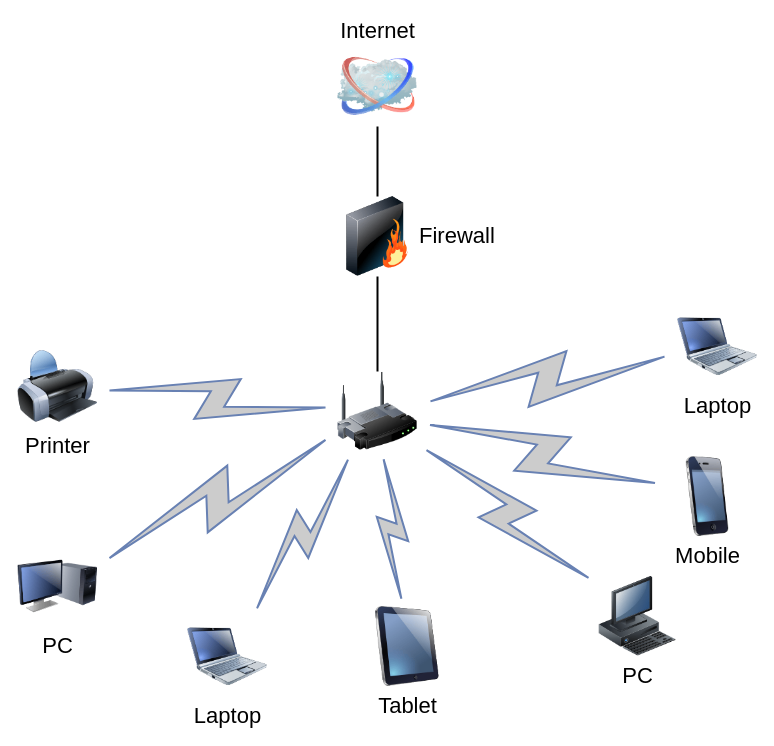
Before: Untitled Diagram.drawio in josesnchz/home-server, a draw.io diagram. Source tidied: cells renumbered, new cells numbered last; positions are measured from the earlier drawing's top-left corner, leaving out a move shared by most shapes. Both pictures are drawn from the tidied source at 100%, with x=0, y=0 at pixel (17, 46).
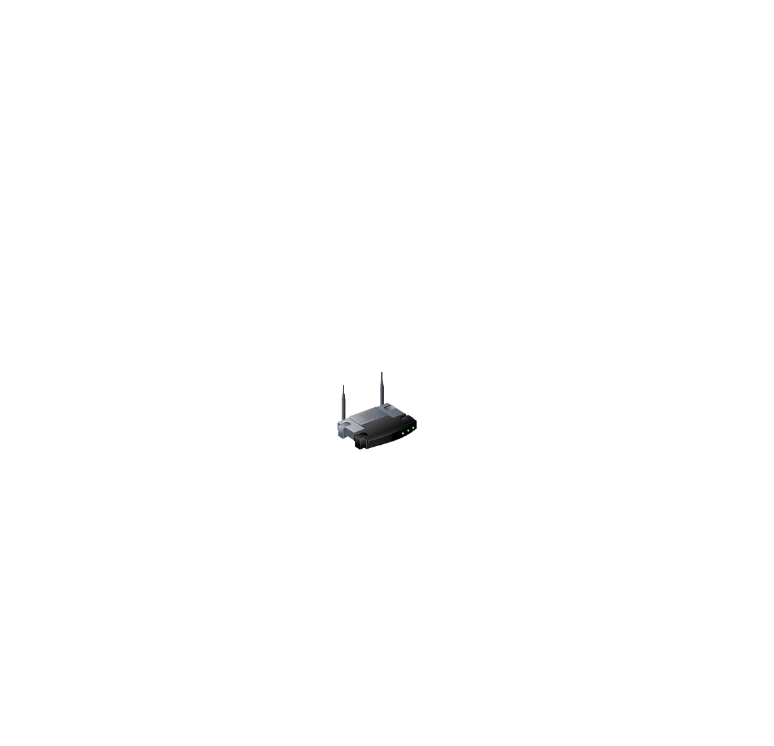
The same page after the edit.

Unchanged cells that the change refers to:
```xml
<mxCell id="3" style="image;html=1;labelBackgroundColor=#ffffff;image=img/lib/clip_art/networking/Wireless_Router_128x128.png;rounded=1;shadow=0;comic=0;strokeWidth=2;fontSize=22;" parent="1" vertex="1">
  <mxGeometry x="320" y="325" width="80" height="80" as="geometry" />
</mxCell>
```

What changed in the source:
```diff
@@
-    <mxCell id="2" style="edgeStyle=none;rounded=0;html=1;labelBackgroundColor=none;endArrow=none;strokeWidth=2;fontFamily=Verdana;fontSize=22;" parent="1" edge="1" source="3" target="6">
-      <mxGeometry relative="1" as="geometry" />
-    </mxCell>
@@
-    <mxCell id="4" value="Internet" style="image;html=1;labelBackgroundColor=#ffffff;image=img/lib/clip_art/networking/Cloud_128x128.png;rounded=1;shadow=0;comic=0;strokeWidth=2;fontSize=22;labelPosition=center;verticalLabelPosition=top;align=center;verticalAlign=bottom;" parent="1" vertex="1">
-      <mxGeometry x="320" width="80" height="80" as="geometry" />
-    </mxCell>
-    <mxCell id="5" style="edgeStyle=none;rounded=0;html=1;labelBackgroundColor=none;endArrow=none;strokeWidth=2;fontFamily=Verdana;fontSize=22;" parent="1" edge="1" source="6" target="4">
-      <mxGeometry relative="1" as="geometry" />
-    </mxCell>
-    <mxCell id="6" value="Firewall" style="image;html=1;labelBackgroundColor=#ffffff;image=img/lib/clip_art/networking/Firewall_128x128.png;rounded=1;shadow=0;comic=0;strokeWidth=2;fontSize=22;labelPosition=right;verticalLabelPosition=middle;align=left;verticalAlign=middle;" parent="1" vertex="1">
-      <mxGeometry x="320" y="150" width="80" height="80" as="geometry" />
-    </mxCell>
-    <mxCell id="7" value="Tablet" style="image;html=1;labelBackgroundColor=#ffffff;image=img/lib/clip_art/computers/iPad_128x128.png;rounded=1;shadow=0;comic=0;strokeWidth=2;fontSize=22;" parent="1" vertex="1">
-      <mxGeometry x="350" y="560" width="80" height="80" as="geometry" />
-    </mxCell>
-    <mxCell id="8" value="PC" style="image;html=1;labelBackgroundColor=#ffffff;image=img/lib/clip_art/computers/Monitor_Tower_128x128.png;rounded=1;shadow=0;comic=0;strokeWidth=2;fontSize=22;" parent="1" vertex="1">
-      <mxGeometry y="500" width="80" height="80" as="geometry" />
-    </mxCell>
-    <mxCell id="9" value="Printer" style="image;html=1;labelBackgroundColor=#ffffff;image=img/lib/clip_art/computers/Printer_128x128.png;rounded=1;shadow=0;comic=0;strokeWidth=2;fontSize=22;" parent="1" vertex="1">
-      <mxGeometry y="300" width="80" height="80" as="geometry" />
-    </mxCell>
-    <mxCell id="10" value="PC" style="image;html=1;labelBackgroundColor=#ffffff;image=img/lib/clip_art/computers/Workstation_128x128.png;rounded=1;shadow=0;comic=0;strokeWidth=2;fontSize=22;" parent="1" vertex="1">
-      <mxGeometry x="580" y="530" width="80" height="80" as="geometry" />
-    </mxCell>
-    <mxCell id="11" value="Mobile" style="image;html=1;labelBackgroundColor=#ffffff;image=img/lib/clip_art/telecommunication/iPhone_128x128.png;rounded=1;shadow=0;comic=0;strokeWidth=2;fontSize=22;" parent="1" vertex="1">
-      <mxGeometry x="650" y="410" width="80" height="80" as="geometry" />
-    </mxCell>
-    <mxCell id="12" value="Laptop" style="image;html=1;labelBackgroundColor=#ffffff;image=img/lib/clip_art/computers/Netbook_128x128.png;rounded=1;shadow=0;comic=0;strokeColor=#000000;strokeWidth=2;fillColor=#FFFFFF;fontSize=22;fontColor=#000000;" parent="1" vertex="1">
-      <mxGeometry x="660" y="260" width="80" height="80" as="geometry" />
-    </mxCell>
-    <mxCell id="13" value="Laptop" style="image;html=1;labelBackgroundColor=#ffffff;image=img/lib/clip_art/computers/Netbook_128x128.png;rounded=1;shadow=0;comic=0;strokeWidth=2;fontSize=22;" parent="1" vertex="1">
-      <mxGeometry x="170" y="570" width="80" height="80" as="geometry" />
-    </mxCell>
-    <mxCell id="14" style="html=1;fillColor=#CCCCCC;strokeColor=#6881B3;gradientColor=none;gradientDirection=north;strokeWidth=2;shape=mxgraph.networks.comm_link_edge;html=1;labelBackgroundColor=none;endArrow=none;fontFamily=Verdana;fontSize=22;fontColor=#000000;" parent="1" edge="1" source="9" target="3">
-      <mxGeometry relative="1" as="geometry" />
-    </mxCell>
-    <mxCell id="15" style="html=1;fillColor=#CCCCCC;strokeColor=#6881B3;gradientColor=none;gradientDirection=north;strokeWidth=2;shape=mxgraph.networks.comm_link_edge;html=1;labelBackgroundColor=none;endArrow=none;fontFamily=Verdana;fontSize=22;fontColor=#000000;fontStyle=1;" parent="1" edge="1" source="8" target="3">
-      <mxGeometry relative="1" as="geometry" />
-    </mxCell>
-    <mxCell id="16" style="html=1;fillColor=#CCCCCC;strokeColor=#6881B3;gradientColor=none;gradientDirection=north;strokeWidth=2;shape=mxgraph.networks.comm_link_edge;html=1;labelBackgroundColor=none;endArrow=none;fontFamily=Verdana;fontSize=22;fontColor=#000000;" parent="1" edge="1" source="13" target="3">
-      <mxGeometry relative="1" as="geometry" />
-    </mxCell>
-    <mxCell id="17" style="html=1;fillColor=#CCCCCC;strokeColor=#6881B3;gradientColor=none;gradientDirection=north;strokeWidth=2;shape=mxgraph.networks.comm_link_edge;html=1;labelBackgroundColor=none;endArrow=none;fontFamily=Verdana;fontSize=22;fontColor=#000000;" parent="1" edge="1" source="7" target="3">
-      <mxGeometry relative="1" as="geometry" />
-    </mxCell>
-    <mxCell id="18" style="html=1;fillColor=#CCCCCC;strokeColor=#6881B3;gradientColor=none;gradientDirection=north;strokeWidth=2;shape=mxgraph.networks.comm_link_edge;html=1;labelBackgroundColor=none;endArrow=none;fontFamily=Verdana;fontSize=22;fontColor=#000000;" parent="1" edge="1" source="10" target="3">
-      <mxGeometry relative="1" as="geometry" />
-    </mxCell>
-    <mxCell id="19" style="html=1;fillColor=#CCCCCC;strokeColor=#6881B3;gradientColor=none;gradientDirection=north;strokeWidth=2;shape=mxgraph.networks.comm_link_edge;html=1;labelBackgroundColor=none;endArrow=none;fontFamily=Verdana;fontSize=22;fontColor=#000000;" parent="1" edge="1" source="11" target="3">
-      <mxGeometry relative="1" as="geometry" />
-    </mxCell>
-    <mxCell id="20" style="html=1;fillColor=#CCCCCC;strokeColor=#6881B3;gradientColor=none;gradientDirection=north;strokeWidth=2;shape=mxgraph.networks.comm_link_edge;html=1;labelBackgroundColor=none;endArrow=none;fontFamily=Verdana;fontSize=22;fontColor=#000000;" parent="1" edge="1" source="12" target="3">
-      <mxGeometry relative="1" as="geometry" />
-    </mxCell>
```
